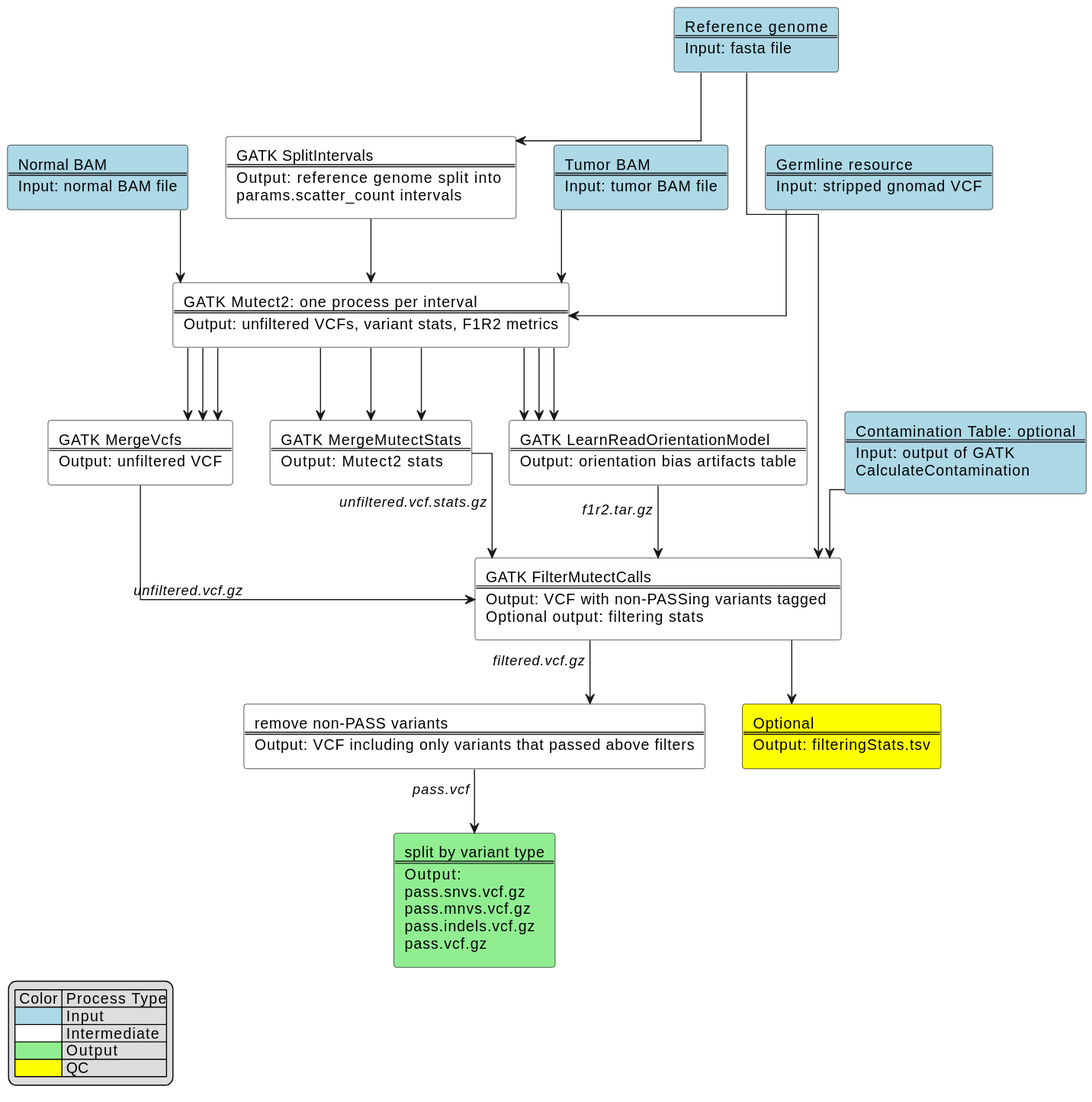
This is docs/mutect2_chart.svg from uclahs-cds/pipeline-call-sSNV, a PlantUML export, as it was before one commit.
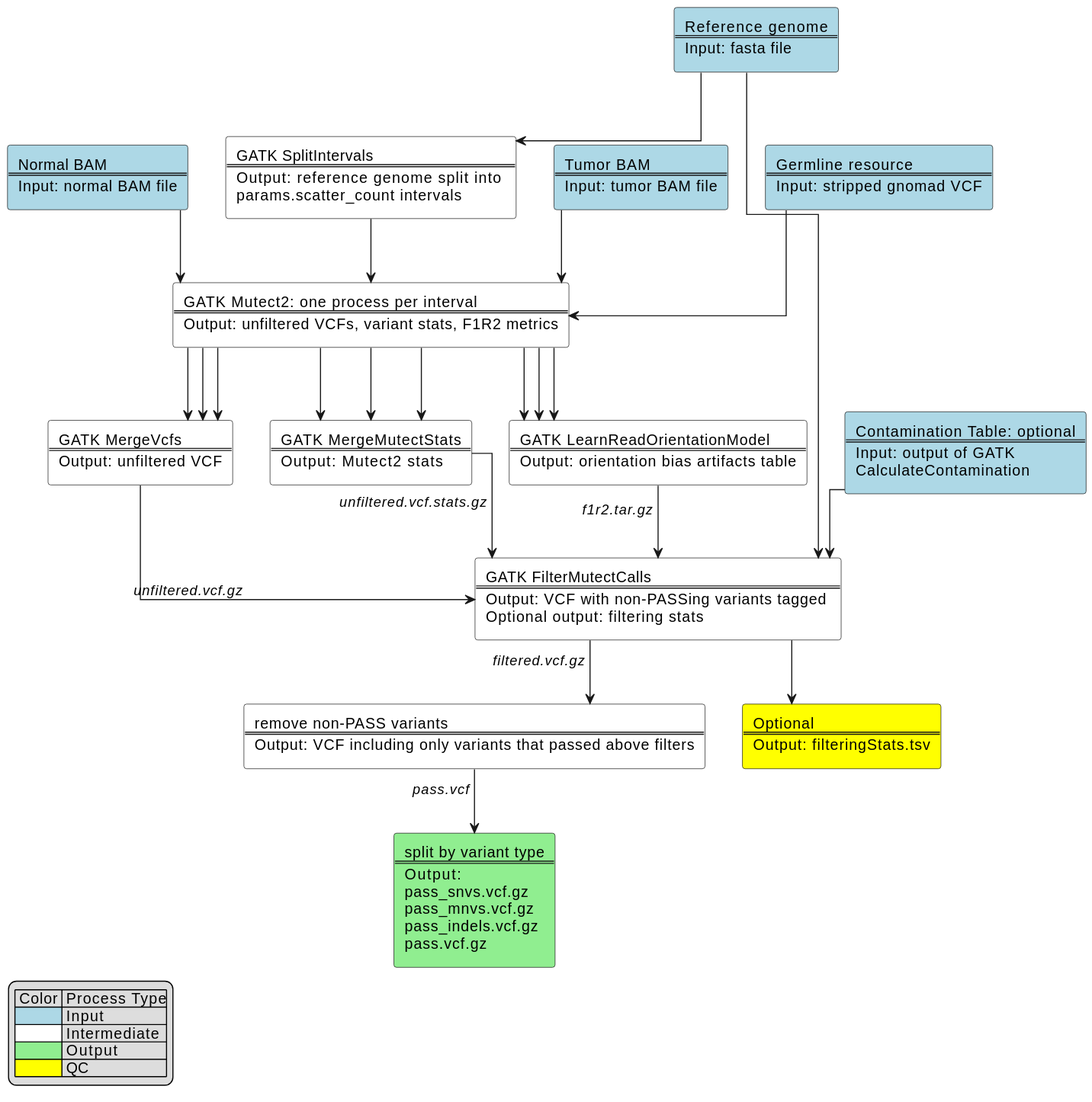
Later version of the same file.

The edit, as a diff of the source:
```diff
@@ -22,7 +22,7 @@
 $intermediate_process(gatk_learnReadOrientation, 'GATK LearnReadOrientationModel', 'Output: orientation bias artifacts table')
 $intermediate_process(mutect2_filterCalls, 'GATK FilterMutectCalls', 'Output: VCF with non-PASSing variants tagged %newline()Optional output: filtering stats')
 $intermediate_process(awk_filterVCF, 'remove non-PASS variants', 'Output: VCF including only variants that passed above filters')
-$output_process(bcftools_splitVCF, 'split by variant type', 'Output: %newline()pass.snvs.vcf.gz %newline()pass.mnvs.vcf.gz %newline()pass.indels.vcf.gz %newline()pass.vcf.gz')
+$output_process(bcftools_splitVCF, 'split by variant type', 'Output: %newline()pass_snvs.vcf.gz %newline()pass_mnvs.vcf.gz %newline()pass_indels.vcf.gz %newline()pass.vcf.gz')
 $qc_process(gatk_filteringStats, 'Optional', 'Output: filteringStats.tsv')
 
 reference_genome -d-> gatk_splitIntervals
```
